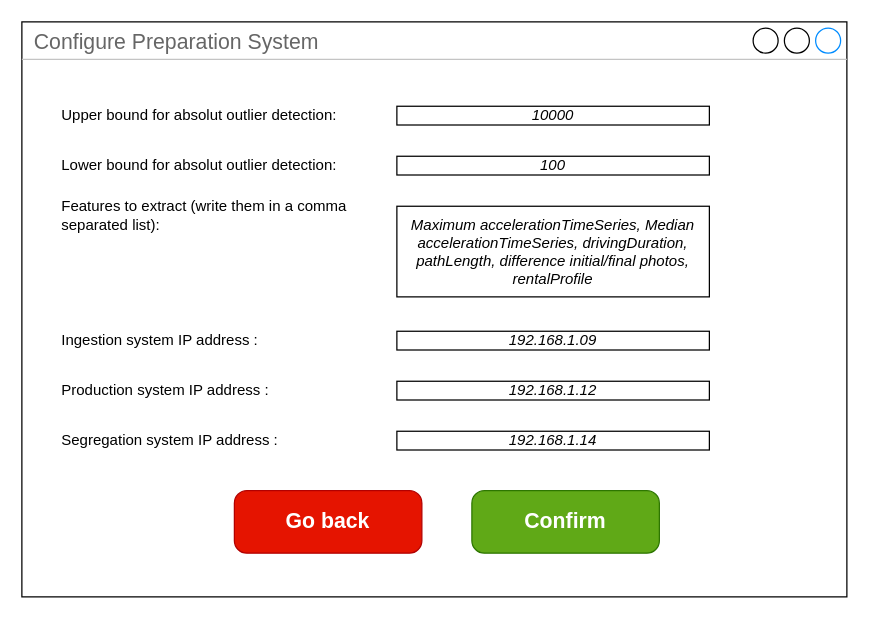
This is configure/Capecchi/preparation_system(CAPE).drawio from BaffoBello14/AutomaticDamagesRecognition, a draw.io file, before an edit. Source tidied: cells renumbered, new cells numbered last; positions are measured from the earlier drawing's top-left corner, leaving out a move shared by most shapes. Both pictures are drawn from the tidied source at 125%, with x=0, y=0 at pixel (21, 21).
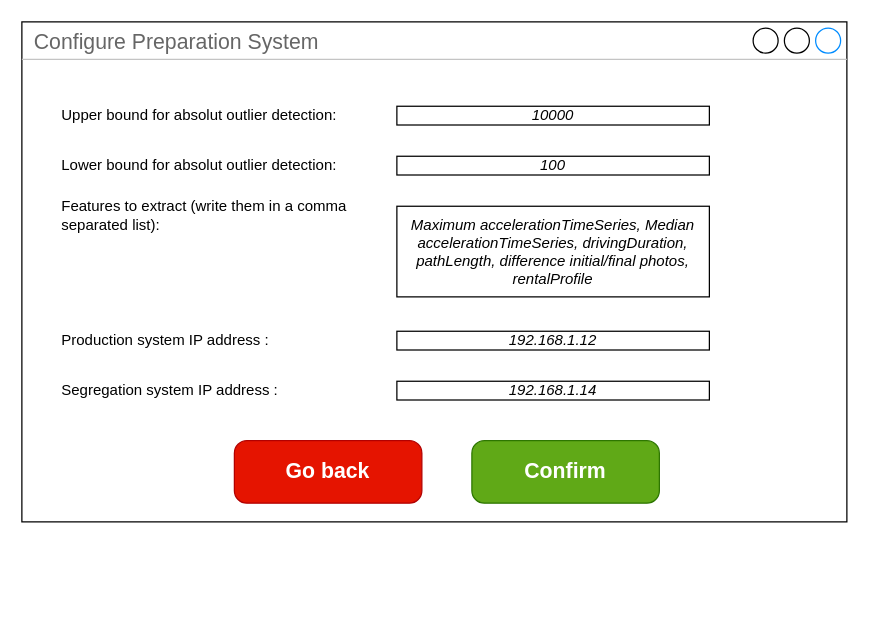
The same diagram, later.

The edit, as a diff of the source:
```diff
@@
 <mxGraphModel>
   <root>
     <mxCell id="0" />
     <mxCell id="1" parent="0" />
     <mxCell id="2" value="Configure Preparation System" style="strokeWidth=1;shadow=0;dashed=0;align=center;html=1;shape=mxgraph.mockup.containers.window;align=left;verticalAlign=top;spacingLeft=8;strokeColor2=#008cff;strokeColor3=#c4c4c4;fontColor=#666666;mainText=;fontSize=17;labelBackgroundColor=none;whiteSpace=wrap;" parent="1" vertex="1">
-      <mxGeometry width="660" height="460" as="geometry" />
+      <mxGeometry width="660" height="400" as="geometry" />
     </mxCell>
     <mxCell id="3" value="Confirm" style="strokeWidth=1;shadow=0;dashed=0;align=center;html=1;shape=mxgraph.mockup.buttons.button;strokeColor=#2D7600;fontColor=#ffffff;mainText=;buttonStyle=round;fontSize=17;fontStyle=1;fillColor=#60a917;whiteSpace=wrap;" parent="1" vertex="1">
-      <mxGeometry x="360" y="375" width="150" height="50" as="geometry" />
+      <mxGeometry x="360" y="335" width="150" height="50" as="geometry" />
     </mxCell>
     <mxCell id="4" value="Go back" style="strokeWidth=1;shadow=0;dashed=0;align=center;html=1;shape=mxgraph.mockup.buttons.button;strokeColor=#B20000;mainText=;buttonStyle=round;fontSize=17;fontStyle=1;fillColor=#e51400;whiteSpace=wrap;fontColor=#ffffff;" parent="1" vertex="1">
-      <mxGeometry x="170" y="375" width="150" height="50" as="geometry" />
+      <mxGeometry x="170" y="335" width="150" height="50" as="geometry" />
     </mxCell>
     <mxCell id="5" value="Upper bound for absolut outlier detection:" style="text;html=1;strokeColor=none;fillColor=none;align=left;verticalAlign=middle;whiteSpace=wrap;rounded=0;" parent="1" vertex="1">
       <mxGeometry x="30" y="60" width="240" height="30" as="geometry" />
     </mxCell>
     <mxCell id="6" value="&lt;i&gt;&lt;font&gt;10000&lt;/font&gt;&lt;/i&gt;" style="rounded=0;whiteSpace=wrap;html=1;fontColor=#000000;" parent="1" vertex="1">
       <mxGeometry x="300" y="67.5" width="250" height="15" as="geometry" />
     </mxCell>
     <mxCell id="7" value="Lower bound for absolut outlier detection:" style="text;html=1;strokeColor=none;fillColor=none;align=left;verticalAlign=middle;whiteSpace=wrap;rounded=0;" parent="1" vertex="1">
       <mxGeometry x="30" y="100" width="230" height="30" as="geometry" />
     </mxCell>
     <mxCell id="8" value="&lt;i&gt;&lt;font&gt;100&lt;/font&gt;&lt;/i&gt;" style="rounded=0;whiteSpace=wrap;html=1;fontColor=#000000;" parent="1" vertex="1">
       <mxGeometry x="300" y="107.5" width="250" height="15" as="geometry" />
     </mxCell>
     <mxCell id="9" value="Features to extract (write them in a comma separated list):" style="text;html=1;strokeColor=none;fillColor=none;align=left;verticalAlign=middle;whiteSpace=wrap;rounded=0;" parent="1" vertex="1">
       <mxGeometry x="30" y="140" width="240" height="30" as="geometry" />
     </mxCell>
     <mxCell id="10" value="&lt;i&gt;Maximum accelerationTimeSeries, Median accelerationTimeSeries, drivingDuration, pathLength, difference initial/final photos, rentalProfile&lt;/i&gt;" style="rounded=0;whiteSpace=wrap;html=1;fontColor=#000000;" parent="1" vertex="1">
       <mxGeometry x="300" y="147.5" width="250" height="72.5" as="geometry" />
     </mxCell>
-    <mxCell id="11" value="Ingestion system IP address :" style="text;html=1;strokeColor=none;fillColor=none;align=left;verticalAlign=middle;whiteSpace=wrap;rounded=0;" parent="1" vertex="1">
-      <mxGeometry x="30" y="240" width="210" height="30" as="geometry" />
-    </mxCell>
-    <mxCell id="12" value="&lt;i style=&quot;border-color: var(--border-color);&quot;&gt;&lt;font style=&quot;border-color: var(--border-color);&quot;&gt;192.168.1.09&lt;/font&gt;&lt;/i&gt;" style="rounded=0;whiteSpace=wrap;html=1;fontColor=#000000;" parent="1" vertex="1">
-      <mxGeometry x="300" y="247.5" width="250" height="15" as="geometry" />
-    </mxCell>
     <mxCell id="13" value="Production system IP address :" style="text;html=1;strokeColor=none;fillColor=none;align=left;verticalAlign=middle;whiteSpace=wrap;rounded=0;" parent="1" vertex="1">
-      <mxGeometry x="30" y="280" width="210" height="30" as="geometry" />
+      <mxGeometry x="30" y="240" width="210" height="30" as="geometry" />
     </mxCell>
     <mxCell id="14" value="&lt;i style=&quot;border-color: var(--border-color);&quot;&gt;&lt;font style=&quot;border-color: var(--border-color);&quot;&gt;192.168.1.12&lt;/font&gt;&lt;/i&gt;" style="rounded=0;whiteSpace=wrap;html=1;fontColor=#000000;" parent="1" vertex="1">
-      <mxGeometry x="300" y="287.5" width="250" height="15" as="geometry" />
+      <mxGeometry x="300" y="247.5" width="250" height="15" as="geometry" />
     </mxCell>
     <mxCell id="15" value="Segregation system IP address :" style="text;html=1;strokeColor=none;fillColor=none;align=left;verticalAlign=middle;whiteSpace=wrap;rounded=0;" parent="1" vertex="1">
-      <mxGeometry x="30" y="320" width="210" height="30" as="geometry" />
+      <mxGeometry x="30" y="280" width="210" height="30" as="geometry" />
     </mxCell>
     <mxCell id="16" value="&lt;i style=&quot;border-color: var(--border-color);&quot;&gt;&lt;font style=&quot;border-color: var(--border-color);&quot;&gt;192.168.1.14&lt;/font&gt;&lt;/i&gt;" style="rounded=0;whiteSpace=wrap;html=1;fontColor=#000000;" parent="1" vertex="1">
-      <mxGeometry x="300" y="327.5" width="250" height="15" as="geometry" />
+      <mxGeometry x="300" y="287.5" width="250" height="15" as="geometry" />
     </mxCell>
   </root>
 </mxGraphModel>
```
